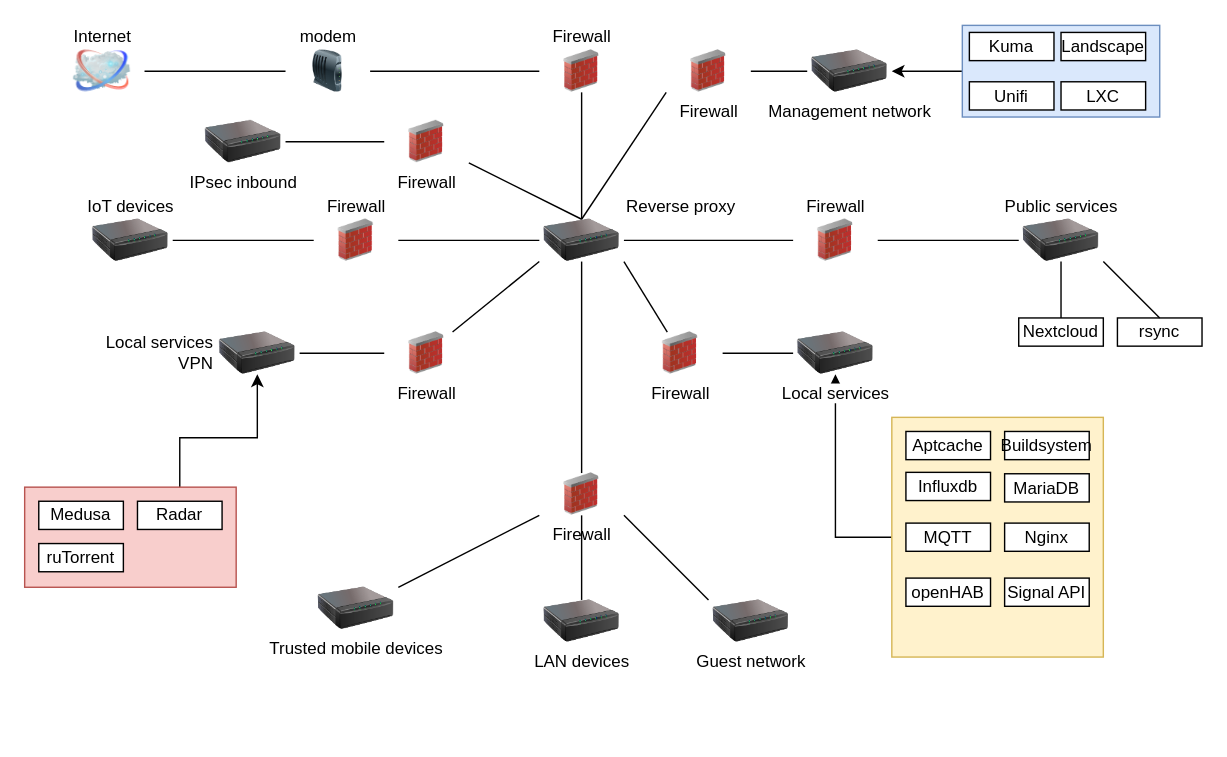
Above: 241105 network logical.drawio in stefanheijnen/drawio (draw.io), before the change. Source tidied: cells renumbered, new cells numbered last; positions are measured from the earlier drawing's top-left corner, leaving out a move shared by most shapes. Both pictures are drawn from the tidied source at 141%, with x=0, y=0 at pixel (24, 24).
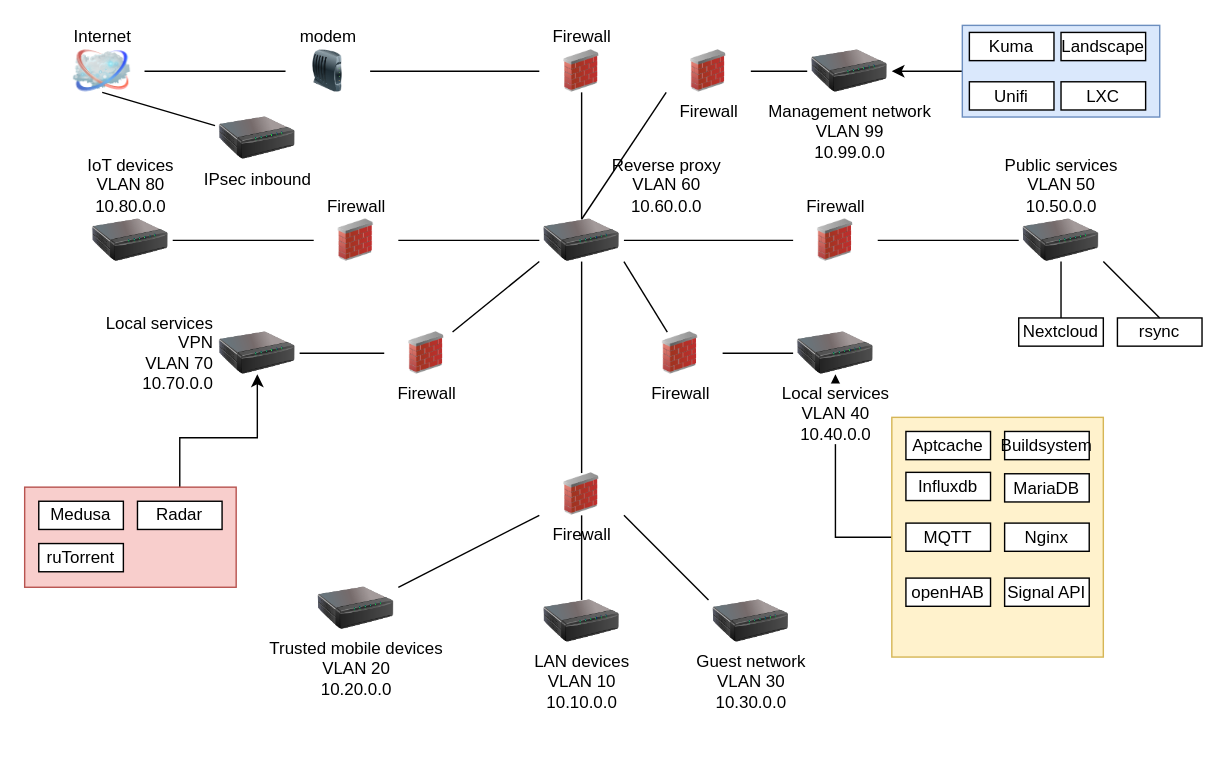
Above is the later version.

The change refers to these unchanged cells:
```xml
<mxCell id="4" value="Internet" style="image;html=1;labelBackgroundColor=#ffffff;image=img/lib/clip_art/networking/Cloud_128x128.png;rounded=1;shadow=0;comic=0;strokeWidth=2;fontSize=12;labelPosition=center;verticalLabelPosition=top;align=center;verticalAlign=bottom;" parent="1" vertex="1">
  <mxGeometry x="25" y="18" width="60" height="30" as="geometry" />
</mxCell>
```

Diff of the diagram source:
```diff
@@
-    <mxCell id="6" value="Reverse proxy" style="image;html=1;image=img/lib/clip_art/networking/Print_Server_128x128.png;labelPosition=right;verticalLabelPosition=top;align=left;verticalAlign=bottom;" parent="1" vertex="1">
+    <mxCell id="6" value="&lt;div align=&quot;center&quot;&gt;Reverse proxy&lt;br&gt;&lt;/div&gt;&lt;div align=&quot;center&quot;&gt;VLAN 60&lt;br&gt;&lt;/div&gt;&lt;div align=&quot;center&quot;&gt;10.60.0.0&lt;br&gt;&lt;/div&gt;" style="image;html=1;image=img/lib/clip_art/networking/Print_Server_128x128.png;labelPosition=right;verticalLabelPosition=top;align=center;verticalAlign=bottom;" parent="1" vertex="1">
       <mxGeometry x="365" y="138" width="60" height="30" as="geometry" />
     </mxCell>
@@
-    <mxCell id="11" value="Public services" style="image;html=1;image=img/lib/clip_art/networking/Print_Server_128x128.png;labelPosition=center;verticalLabelPosition=top;align=center;verticalAlign=bottom;" parent="1" vertex="1">
+    <mxCell id="11" value="Public services&lt;br&gt;VLAN 50&lt;br&gt;10.50.0.0" style="image;html=1;image=img/lib/clip_art/networking/Print_Server_128x128.png;labelPosition=center;verticalLabelPosition=top;align=center;verticalAlign=bottom;" parent="1" vertex="1">
       <mxGeometry x="705" y="138" width="60" height="30" as="geometry" />
     </mxCell>
@@
-    <mxCell id="13" value="LAN devices" style="image;html=1;image=img/lib/clip_art/networking/Print_Server_128x128.png;" parent="1" vertex="1">
+    <mxCell id="13" value="&lt;div&gt;LAN devices&lt;/div&gt;&lt;div&gt;VLAN 10&lt;br&gt;10.10.0.0&lt;br&gt;&lt;/div&gt;&lt;div&gt;&lt;br&gt;&lt;/div&gt;" style="image;html=1;image=img/lib/clip_art/networking/Print_Server_128x128.png;" parent="1" vertex="1">
       <mxGeometry x="365" y="408" width="60" height="30" as="geometry" />
     </mxCell>
-    <mxCell id="14" value="IoT devices" style="image;html=1;image=img/lib/clip_art/networking/Print_Server_128x128.png;labelPosition=center;verticalLabelPosition=top;align=center;verticalAlign=bottom;" parent="1" vertex="1">
+    <mxCell id="14" value="IoT devices&lt;br&gt;VLAN 80&lt;br&gt;10.80.0.0" style="image;html=1;image=img/lib/clip_art/networking/Print_Server_128x128.png;labelPosition=center;verticalLabelPosition=top;align=center;verticalAlign=bottom;" parent="1" vertex="1">
       <mxGeometry x="45" y="138" width="60" height="30" as="geometry" />
     </mxCell>
-    <mxCell id="15" value="Guest network" style="html=1;labelBackgroundColor=default;image=img/lib/clip_art/networking/Print_Server_128x128.png;rounded=1;shadow=0;comic=0;strokeWidth=2;fontSize=12;labelPosition=center;verticalLabelPosition=bottom;align=center;verticalAlign=top;shape=image;" parent="1" vertex="1">
+    <mxCell id="15" value="Guest network&lt;br&gt;VLAN 30&lt;br&gt;10.30.0.0" style="html=1;labelBackgroundColor=default;image=img/lib/clip_art/networking/Print_Server_128x128.png;rounded=1;shadow=0;comic=0;strokeWidth=2;fontSize=12;labelPosition=center;verticalLabelPosition=bottom;align=center;verticalAlign=top;shape=image;" parent="1" vertex="1">
       <mxGeometry x="485" y="408" width="60" height="30" as="geometry" />
     </mxCell>
@@
-    <mxCell id="17" value="Trusted mobile devices" style="html=1;labelBackgroundColor=default;image=img/lib/clip_art/networking/Print_Server_128x128.png;rounded=1;shadow=0;comic=0;strokeWidth=2;fontSize=12;labelPosition=center;verticalLabelPosition=bottom;align=center;verticalAlign=top;shape=image;" parent="1" vertex="1">
+    <mxCell id="17" value="Trusted mobile devices&lt;br&gt;VLAN 20&lt;br&gt;10.20.0.0" style="html=1;labelBackgroundColor=default;image=img/lib/clip_art/networking/Print_Server_128x128.png;rounded=1;shadow=0;comic=0;strokeWidth=2;fontSize=12;labelPosition=center;verticalLabelPosition=bottom;align=center;verticalAlign=top;shape=image;" parent="1" vertex="1">
       <mxGeometry x="205" y="399" width="60" height="30" as="geometry" />
     </mxCell>
@@
-    <mxCell id="28" value="Local services" style="image;html=1;image=img/lib/clip_art/networking/Print_Server_128x128.png;" parent="1" vertex="1">
+    <mxCell id="28" value="Local services&lt;br&gt;VLAN 40&lt;br&gt;10.40.0.0" style="image;html=1;image=img/lib/clip_art/networking/Print_Server_128x128.png;" parent="1" vertex="1">
       <mxGeometry x="545" y="218" width="60" height="30" as="geometry" />
     </mxCell>
@@
-    <mxCell id="34" value="&lt;div&gt;Local services&lt;/div&gt;&lt;div&gt;VPN&lt;br&gt;&lt;/div&gt;" style="image;html=1;image=img/lib/clip_art/networking/Print_Server_128x128.png;labelPosition=left;verticalLabelPosition=middle;align=right;verticalAlign=middle;" parent="1" vertex="1">
+    <mxCell id="34" value="&lt;div&gt;Local services&lt;/div&gt;&lt;div&gt;VPN&lt;br&gt;VLAN 70&lt;br&gt;10.70.0.0&lt;br&gt;&lt;/div&gt;" style="image;html=1;image=img/lib/clip_art/networking/Print_Server_128x128.png;labelPosition=left;verticalLabelPosition=middle;align=right;verticalAlign=middle;" parent="1" vertex="1">
       <mxGeometry x="135" y="218" width="60" height="30" as="geometry" />
     </mxCell>
@@
-    <mxCell id="36" value="Firewall" style="html=1;labelBackgroundColor=default;image=img/lib/clip_art/networking/Firewall_02_128x128.png;rounded=1;shadow=0;comic=0;strokeWidth=2;fontSize=12;labelPosition=center;verticalLabelPosition=bottom;align=center;verticalAlign=top;shape=image;" parent="1" vertex="1">
-      <mxGeometry x="255" y="68" width="60" height="30" as="geometry" />
-    </mxCell>
-    <mxCell id="37" style="endArrow=none;html=1;rounded=0;entryX=0.5;entryY=0;entryDx=0;entryDy=0;" parent="1" edge="1" source="36" target="6">
-      <mxGeometry relative="1" as="geometry" />
-    </mxCell>
     <mxCell id="38" value="IPsec inbound" style="image;html=1;image=img/lib/clip_art/networking/Print_Server_128x128.png;" parent="1" vertex="1">
-      <mxGeometry x="125" y="68" width="60" height="30" as="geometry" />
+      <mxGeometry x="135" y="65.5" width="60" height="30" as="geometry" />
     </mxCell>
-    <mxCell id="39" style="endArrow=none;html=1;rounded=0;" parent="1" edge="1" source="38" target="36">
+    <mxCell id="39" style="endArrow=none;html=1;rounded=0;entryX=0.5;entryY=1;entryDx=0;entryDy=0;" parent="1" edge="1" source="38" target="4">
       <mxGeometry relative="1" as="geometry" />
     </mxCell>
@@
-    <mxCell id="42" value="Management network" style="image;html=1;image=img/lib/clip_art/networking/Print_Server_128x128.png;labelPosition=center;verticalLabelPosition=bottom;align=center;verticalAlign=top;" parent="1" vertex="1">
+    <mxCell id="42" value="Management network&lt;br&gt;VLAN 99&lt;br&gt;10.99.0.0" style="image;html=1;image=img/lib/clip_art/networking/Print_Server_128x128.png;labelPosition=center;verticalLabelPosition=bottom;align=center;verticalAlign=top;" parent="1" vertex="1">
       <mxGeometry x="555" y="18" width="60" height="30" as="geometry" />
     </mxCell>
```
